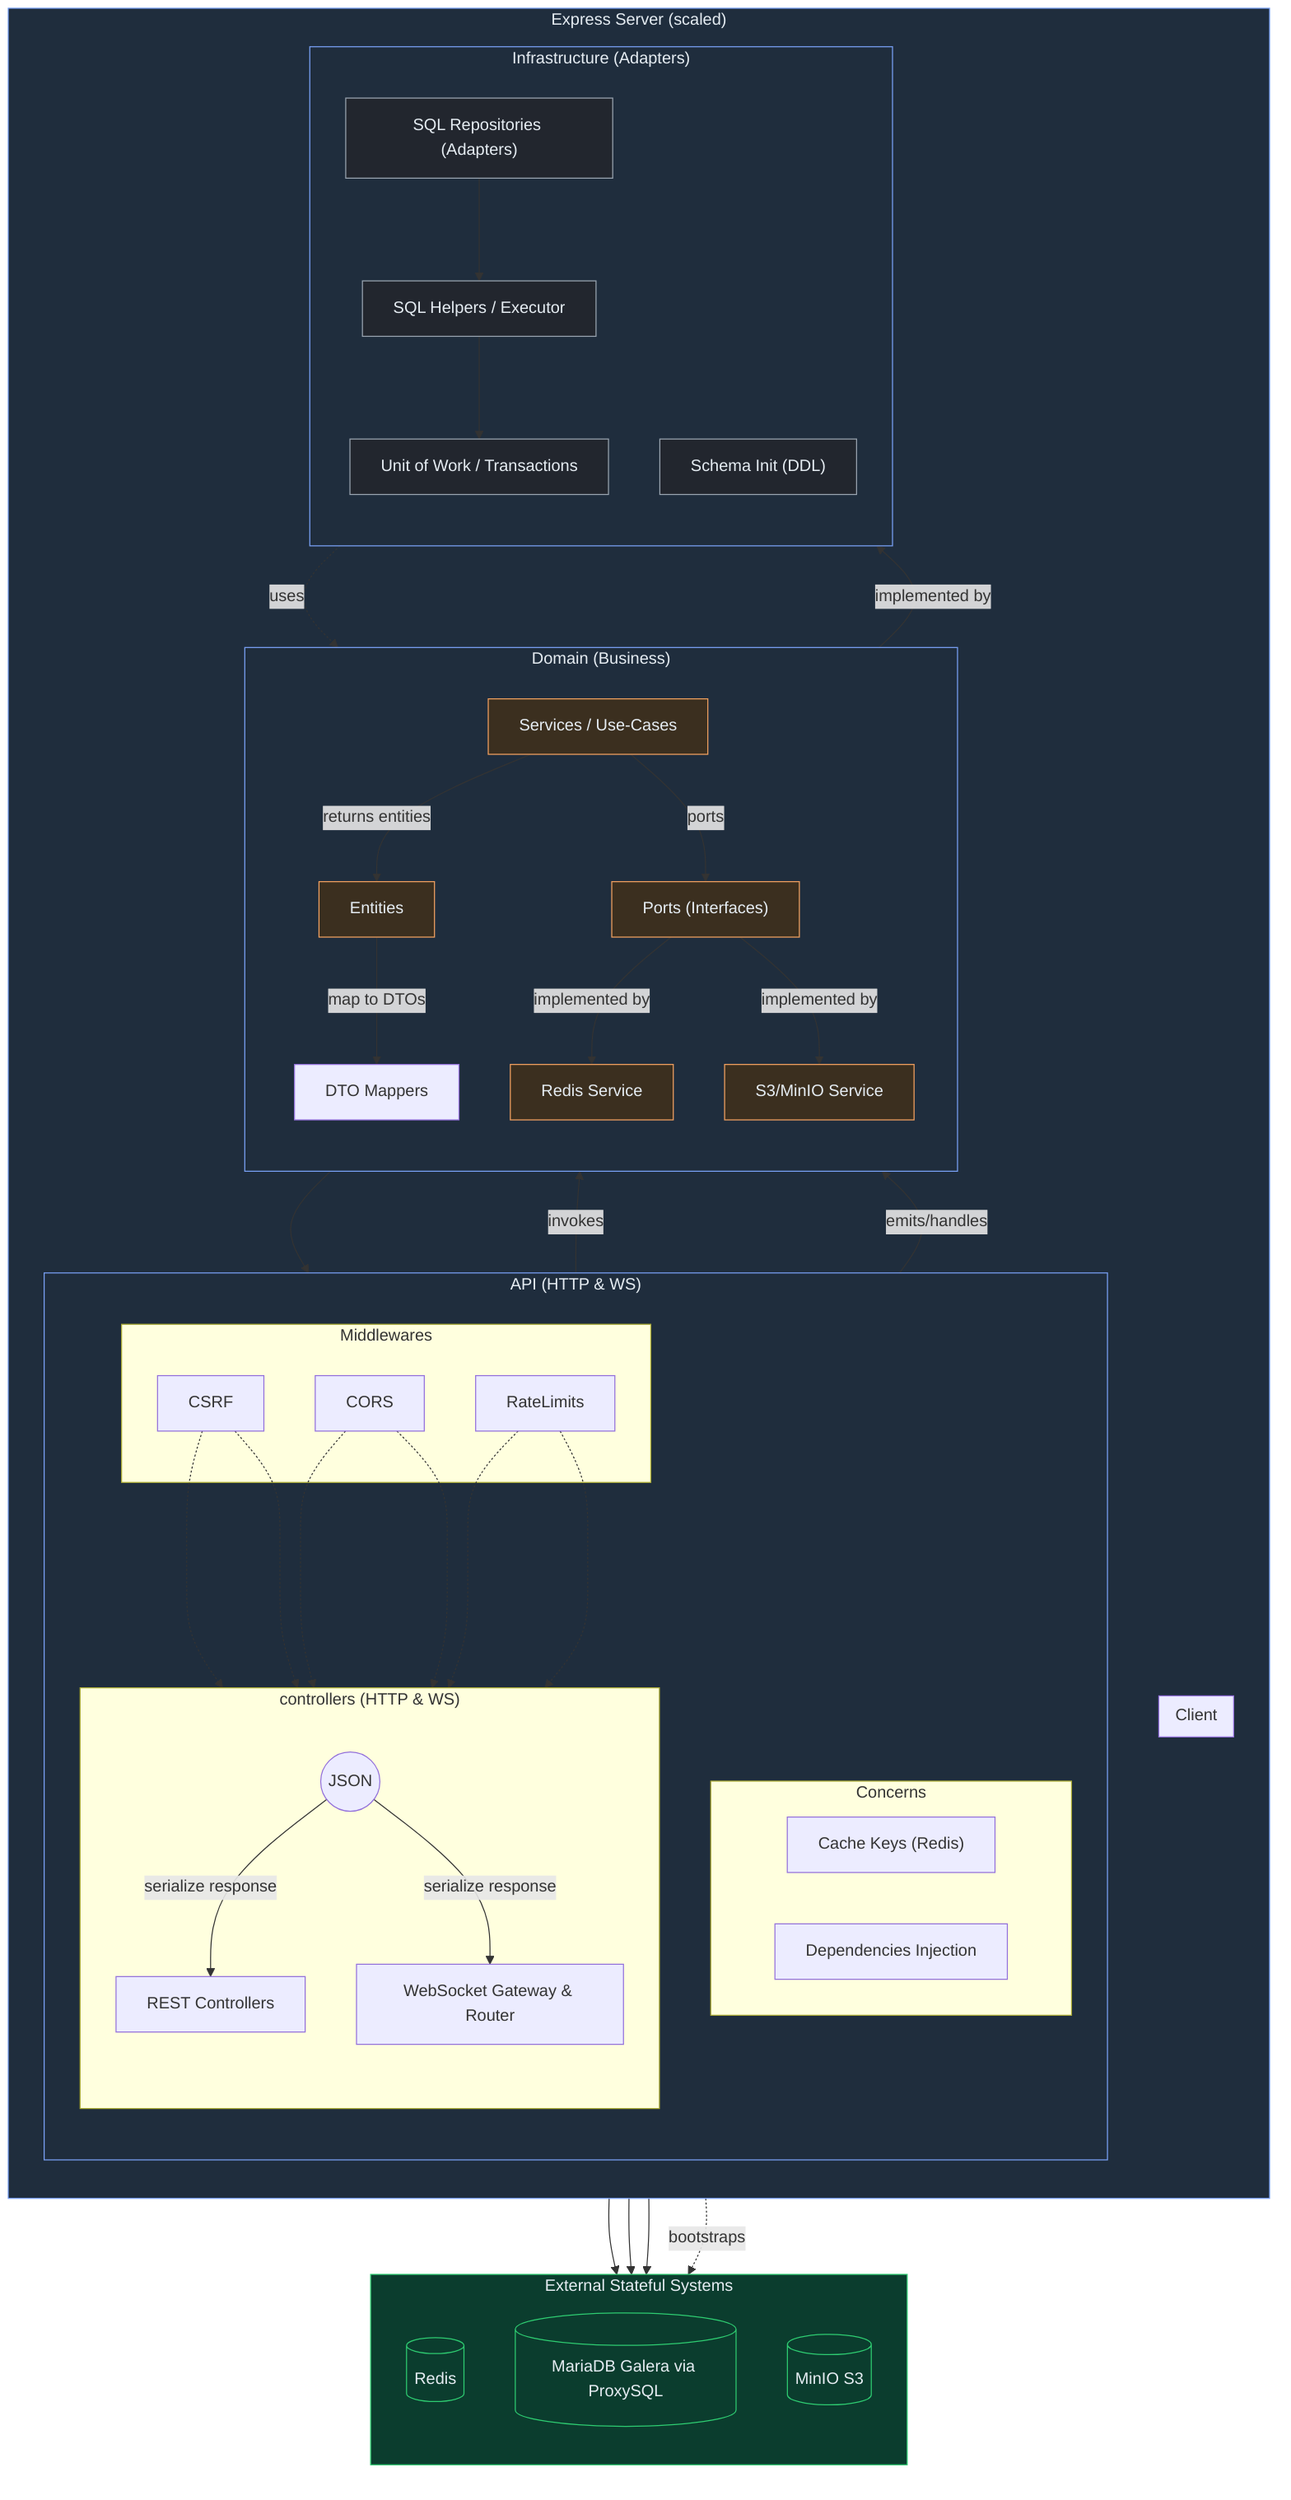
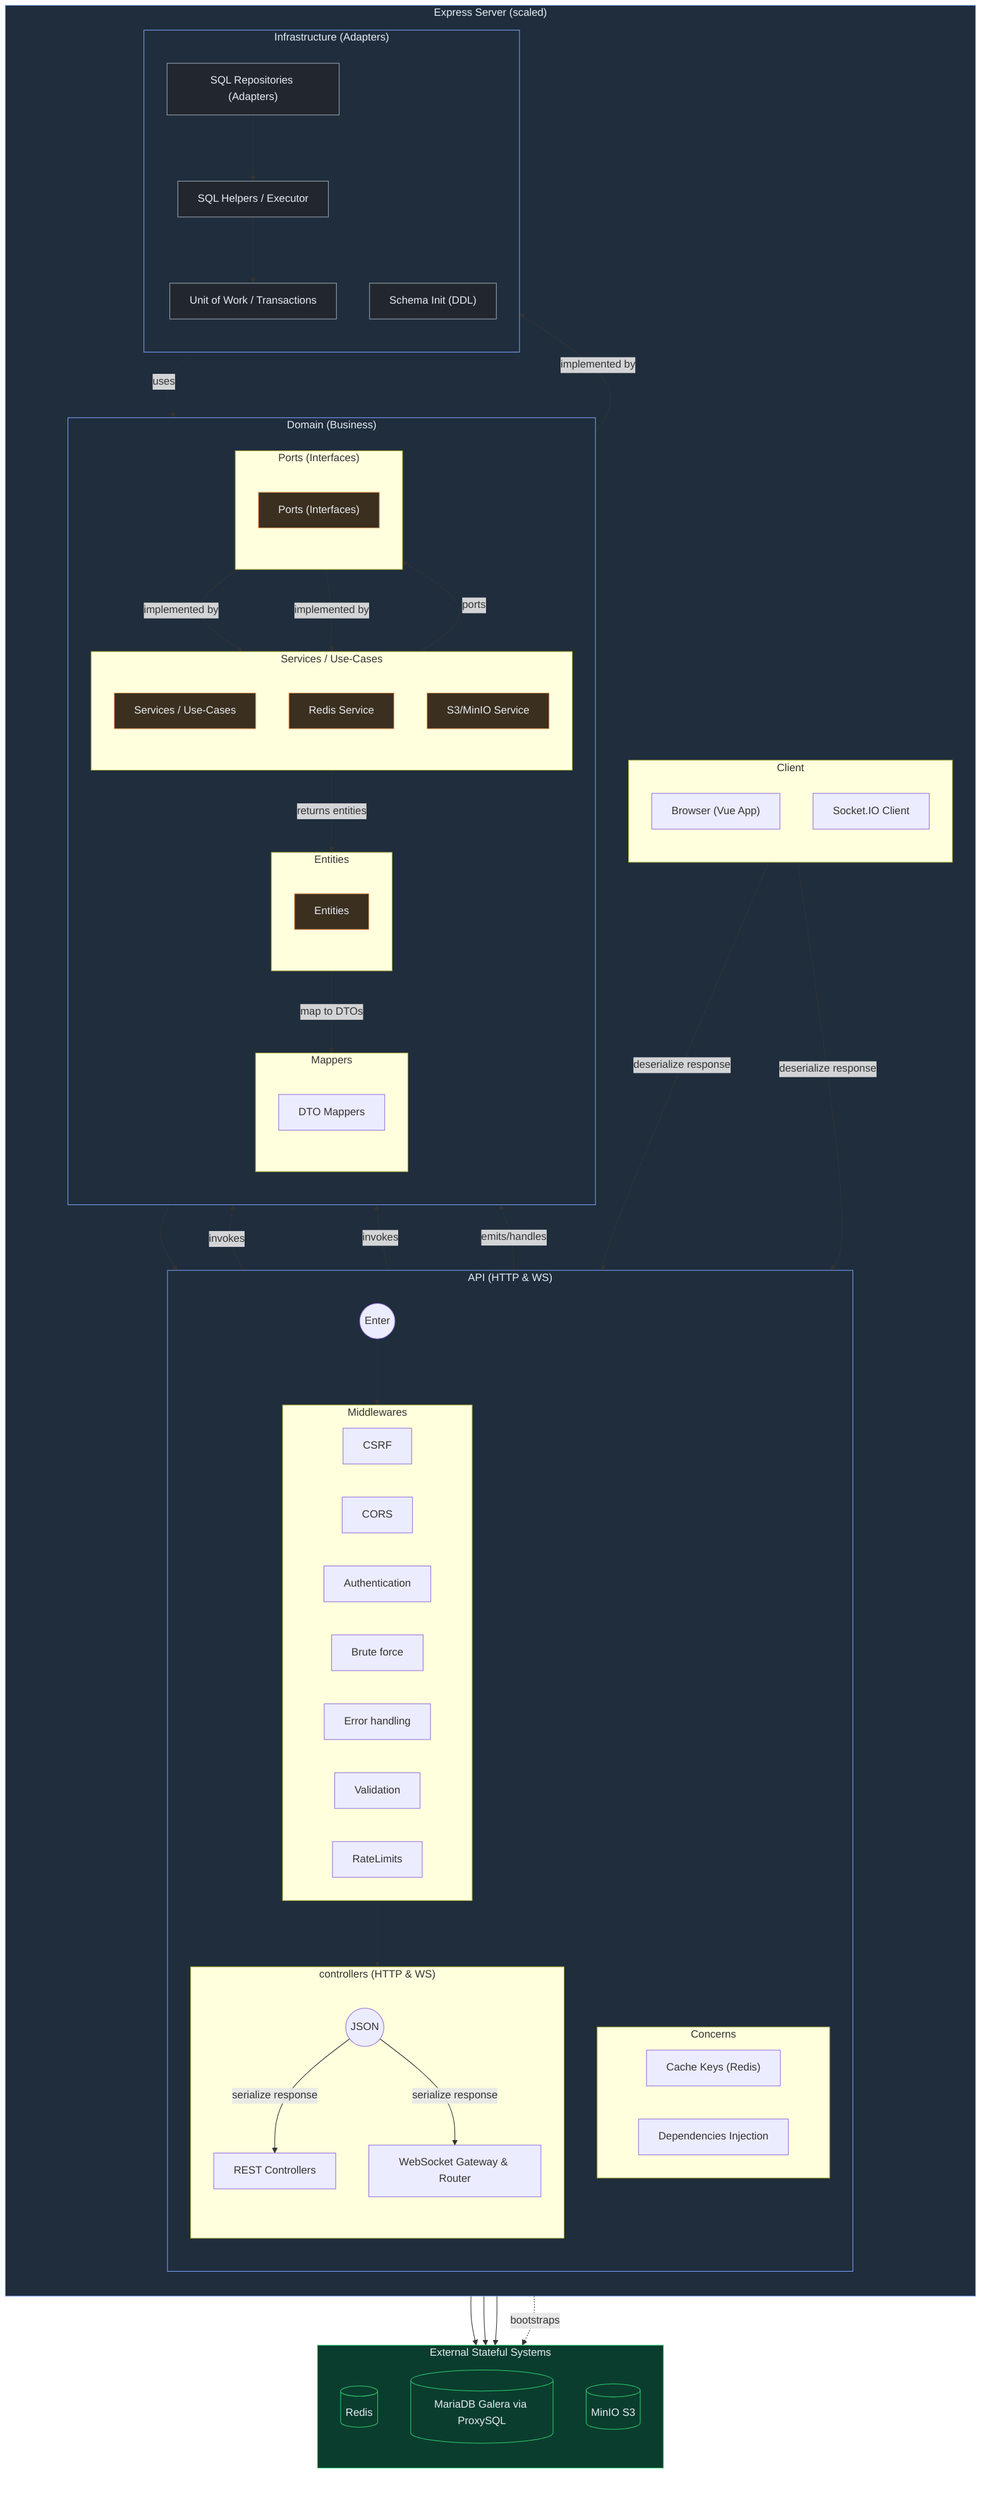
flowchart TB
  subgraph Server["Express Server (scaled)"]
    direction TB

    subgraph Client["Client"]
      direction TB
+       Browser["Browser (Vue App)"]
+       SocketClient["Socket.IO Client"]
    end

    subgraph API["API (HTTP & WS)"]
      direction TB
+       E["Enter"]
      subgraph Concerns["Concerns"]
        CACHEK["Cache Keys (Redis)"]
        DI["Dependencies Injection"]
      end
      subgraph Middlewares["Middlewares"]
        CSRFN["CSRF"]
        CORSN["CORS"]
+         AUTH["Authentication"]
+         BRFR["Brute force"]
+         ERR["Error handling"]
+         VAL["Validation"]
        RATES["RateLimits"]
      end
-       subgraph controllers["controllers (HTTP & WS)"]
+       subgraph Controllers["controllers (HTTP & WS)"]
        direction TB
-       J["JSON"]
+         J["JSON"]

        REST["REST Controllers"]
        WS["WebSocket Gateway & Router"]
      end

    end

    subgraph Domain["Domain (Business)"]
      direction TB
-       DTO["DTO Mappers"]
-       ENT["Entities"]
-       SRV["Services / Use-Cases"]
-       IF["Ports (Interfaces)"]
-       REDIS["Redis Service"]
-       S3["S3/MinIO Service"]
+ 
+       subgraph Entities["Entities"]
+         direction TB
+         ENT["Entities"]
+       end
+       subgraph Mappers["Mappers"]
+         direction TB
+         DTO["DTO Mappers"]
+       end
+       subgraph Services["Services / Use-Cases"]
+         direction TB
+         SRV["Services / Use-Cases"]
+         REDIS["Redis Service"]
+         S3["S3/MinIO Service"]
+       end
+       subgraph Ports["Ports (Interfaces)"]
+         direction TB
+         IF["Ports (Interfaces)"]
+       end
    end

    subgraph Infra["Infrastructure (Adapters)"]
      direction TB
      DBRepos["SQL Repositories (Adapters)"]
      SQL["SQL Helpers / Executor"]
      UOW["Unit of Work / Transactions"]
      MIGR["Schema Init (DDL)"]
    end
  end

  subgraph Data["External Stateful Systems"]
    direction TB
    RDS[("Redis")]
    DB[("MariaDB Galera via ProxySQL")]
    MINIO[("MinIO S3")]
  end

  REST -->|invokes| SRV
  WS -->|emits/handles| SRV
-   CSRFN -..-> REST
-   CSRFN -..-> WS
-   CORSN -..-> REST
-   CORSN -..-> REST
-   RATES -..-> REST
-   RATES -..-> WS
  SRV -->|returns entities| ENT
  ENT -->|map to DTOs| DTO
  DTO --> J(( JSON ))
  J -->|serialize response| REST
  J -->|serialize response| WS
- 
-   SRV -->|ports| IF
-   IF -->|implemented by| DBRepos
+   Browser -->|deserialize response| E(( Enter ))
+   SocketClient -->|deserialize response| E(( Enter ))
+   E(( Enter )) -.-> Middlewares
+   Middlewares -.-> Controllers
+   Middlewares -->|invokes| SRV
+   SRV -->|ports| Ports
+   Ports -->|implemented by| DBRepos
  IF -->|implemented by| REDIS --> RDS
  IF -->|implemented by| S3 --> MINIO
  DBRepos --> SQL --> DB
  SQL --> UOW
  DBRepos -.uses .-> ENT
  MIGR -.bootstraps .-> DB

  %% Visual styles (dark-friendly)
  classDef comp fill:#1f2d3d,stroke:#7aa2f7,stroke-width:1px,color:#e6edf3
  classDef state fill:#0b3d2e,stroke:#2ecc71,stroke-width:1px,color:#e6edf3
  classDef dom fill:#3b2f1f,stroke:#f4a261,stroke-width:1px,color:#e6edf3
  classDef adp fill:#22262e,stroke:#9aa5b1,stroke-width:1px,color:#e6edf3

  class Server,API,Domain,Infra comp
  class Data,RDS,DB,MINIO state
  class ENT,SRV,IF,REDIS,S3 dom
  class DBRepos,SQL,MIGR,UOW adp
